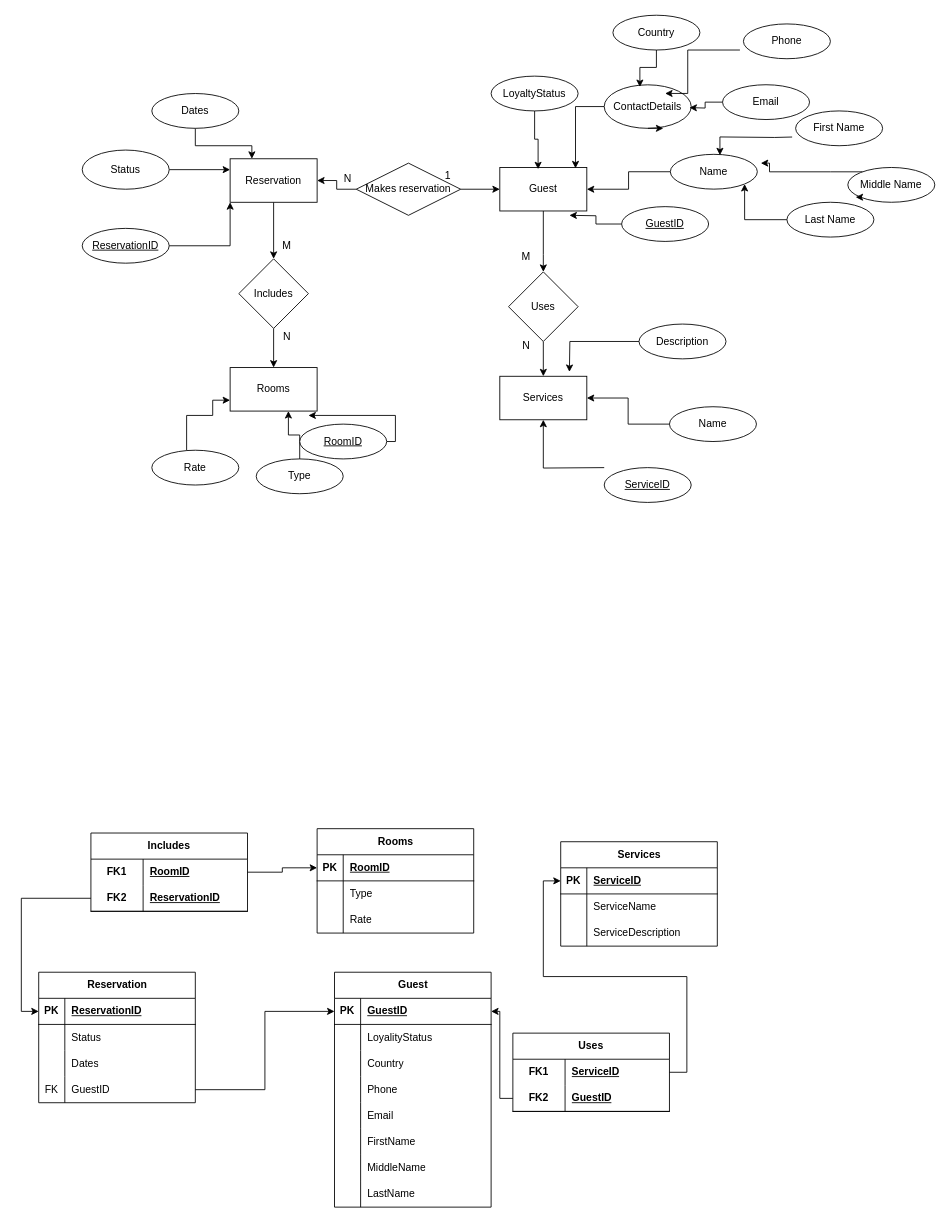
Earlier version of the draw.io diagram dbProject.drawio (Ermiopia2034/MicroLink). Source tidied: cells renumbered, new cells numbered last; positions are measured from the earlier drawing's top-left corner, leaving out a move shared by most shapes. Both pictures are drawn from the tidied source at 87%, with x=0, y=0 at pixel (38, 15).
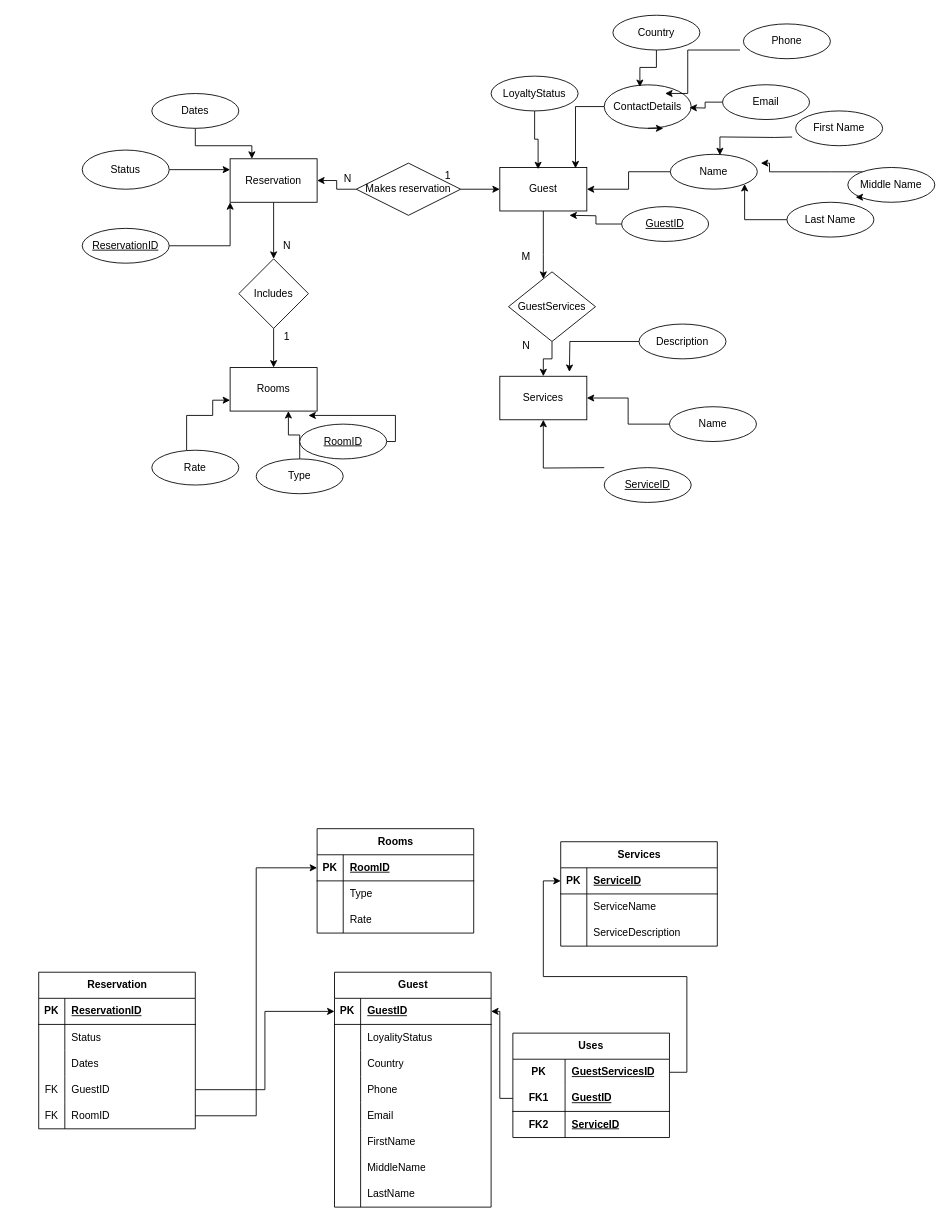
After the change.

The change refers to these unchanged cells:
```xml
<mxCell id="62" style="shape=tableRow;horizontal=0;startSize=0;swimlaneHead=0;swimlaneBody=0;fillColor=none;points=[[0,0.5],[1,0.5]];portConstraint=eastwest;top=0;left=0;right=0;bottom=1;" parent="61" vertex="1">
  <mxGeometry y="30" width="180" height="30" as="geometry" />
</mxCell>
<mxCell id="75" style="shape=tableRow;horizontal=0;startSize=0;swimlaneHead=0;swimlaneBody=0;fillColor=none;points=[[0,0.5],[1,0.5]];portConstraint=eastwest;top=0;left=0;right=0;bottom=1;" parent="74" vertex="1">
  <mxGeometry y="30" width="180" height="30" as="geometry" />
</mxCell>
<mxCell id="127" style="shape=tableRow;horizontal=0;startSize=0;swimlaneHead=0;swimlaneBody=0;fillColor=none;points=[[0,0.5],[1,0.5]];portConstraint=eastwest;top=0;left=0;right=0;bottom=0;html=1;" parent="126" vertex="1">
  <mxGeometry y="30" width="180" height="30" as="geometry" />
</mxCell>
<mxCell id="130" style="shape=tableRow;horizontal=0;startSize=0;swimlaneHead=0;swimlaneBody=0;fillColor=none;points=[[0,0.5],[1,0.5]];portConstraint=eastwest;top=0;left=0;right=0;bottom=1;html=1;" parent="126" vertex="1">
  <mxGeometry y="60" width="180" height="30" as="geometry" />
</mxCell>
```

The edit, as a diff of the source:
```diff
@@
-    <mxCell id="14" value="Uses" style="rhombus;whiteSpace=wrap;html=1;" parent="1" vertex="1">
-      <mxGeometry x="540" y="295" width="80" height="80" as="geometry" />
+    <mxCell id="14" value="GuestServices" style="rhombus;whiteSpace=wrap;html=1;" parent="1" vertex="1">
+      <mxGeometry x="540" y="295" width="100" height="80" as="geometry" />
     </mxCell>
@@
-    <mxCell id="19" value="M" style="text;html=1;align=center;verticalAlign=middle;strokeColor=none;fillColor=none;" parent="1" vertex="1">
+    <mxCell id="19" value="N" style="text;html=1;align=center;verticalAlign=middle;strokeColor=none;fillColor=none;" parent="1" vertex="1">
       <mxGeometry x="270" y="250" width="30" height="30" as="geometry" />
     </mxCell>
-    <mxCell id="20" value="N" style="text;html=1;align=center;verticalAlign=middle;strokeColor=none;fillColor=none;" parent="1" vertex="1">
+    <mxCell id="20" value="1" style="text;html=1;align=center;verticalAlign=middle;strokeColor=none;fillColor=none;" parent="1" vertex="1">
       <mxGeometry x="270" y="355" width="30" height="30" as="geometry" />
     </mxCell>
@@
     <mxCell id="61" value="Reservation" style="shape=table;startSize=30;childLayout=tableLayout;rowLines=0;fontStyle=1;align=center;html=1;" parent="1" vertex="1">
-      <mxGeometry y="1100" width="180" height="150" as="geometry" />
+      <mxGeometry y="1100" width="180" height="180" as="geometry" />
     </mxCell>
@@
+    <mxCell id="138" style="shape=tableRow;horizontal=0;startSize=0;swimlaneHead=0;swimlaneBody=0;fillColor=none;points=[[0,0.5],[1,0.5]];portConstraint=eastwest;top=0;left=0;right=0;bottom=0;" parent="61" vertex="1">
+      <mxGeometry y="150" width="180" height="30" as="geometry" />
+    </mxCell>
+    <mxCell id="139" value="FK" style="shape=partialRectangle;fillColor=none;top=0;left=0;bottom=0;right=0;overflow=hidden;whiteSpace=wrap;html=1;" parent="138" vertex="1">
+      <mxGeometry width="30" height="30" as="geometry" />
+    </mxCell>
+    <mxCell id="122" value="RoomID" style="shape=partialRectangle;fillColor=none;top=0;left=0;bottom=0;right=0;align=left;spacingLeft=6;overflow=hidden;whiteSpace=wrap;html=1;" parent="138" vertex="1">
+      <mxGeometry x="30" width="150" height="30" as="geometry" />
+    </mxCell>
@@
-    <mxCell id="119" value="Includes" style="shape=table;startSize=30;childLayout=tableLayout;rowLines=0;fontStyle=1;align=center;html=1;whiteSpace=wrap;" parent="1" vertex="1">
-      <mxGeometry x="60" y="940" width="180" height="90" as="geometry" />
-    </mxCell>
-    <mxCell id="120" style="shape=tableRow;horizontal=0;startSize=0;swimlaneHead=0;swimlaneBody=0;fillColor=none;points=[[0,0.5],[1,0.5]];portConstraint=eastwest;top=0;left=0;right=0;bottom=0;html=1;" parent="119" vertex="1">
-      <mxGeometry y="30" width="180" height="30" as="geometry" />
-    </mxCell>
-    <mxCell id="121" value="FK1" style="shape=partialRectangle;fillColor=none;top=0;left=0;bottom=0;right=0;fontStyle=1;overflow=hidden;html=1;whiteSpace=wrap;" parent="120" vertex="1">
-      <mxGeometry width="60" height="30" as="geometry" />
-    </mxCell>
-    <mxCell id="122" value="RoomID" style="shape=partialRectangle;fillColor=none;top=0;left=0;bottom=0;right=0;align=left;spacingLeft=6;fontStyle=5;overflow=hidden;html=1;whiteSpace=wrap;" parent="120" vertex="1">
-      <mxGeometry x="60" width="120" height="30" as="geometry" />
-    </mxCell>
-    <mxCell id="123" style="shape=tableRow;horizontal=0;startSize=0;swimlaneHead=0;swimlaneBody=0;fillColor=none;points=[[0,0.5],[1,0.5]];portConstraint=eastwest;top=0;left=0;right=0;bottom=1;html=1;" parent="119" vertex="1">
-      <mxGeometry y="60" width="180" height="30" as="geometry" />
-    </mxCell>
-    <mxCell id="124" value="FK2" style="shape=partialRectangle;fillColor=none;top=0;left=0;bottom=0;right=0;fontStyle=1;overflow=hidden;html=1;whiteSpace=wrap;" parent="123" vertex="1">
-      <mxGeometry width="60" height="30" as="geometry" />
-    </mxCell>
-    <mxCell id="125" value="ReservationID" style="shape=partialRectangle;fillColor=none;top=0;left=0;bottom=0;right=0;align=left;spacingLeft=6;fontStyle=5;overflow=hidden;html=1;whiteSpace=wrap;" parent="123" vertex="1">
-      <mxGeometry x="60" width="120" height="30" as="geometry" />
-    </mxCell>
     <mxCell id="126" value="Uses" style="shape=table;startSize=30;childLayout=tableLayout;rowLines=0;fontStyle=1;align=center;html=1;whiteSpace=wrap;" parent="1" vertex="1">
-      <mxGeometry x="545" y="1170" width="180" height="90" as="geometry" />
+      <mxGeometry x="545" y="1170" width="180" height="120" as="geometry" />
     </mxCell>
@@
-    <mxCell id="128" value="FK1" style="shape=partialRectangle;fillColor=none;top=0;left=0;bottom=0;right=0;fontStyle=1;overflow=hidden;html=1;whiteSpace=wrap;" parent="127" vertex="1">
+    <mxCell id="128" value="PK" style="shape=partialRectangle;fillColor=none;top=0;left=0;bottom=0;right=0;fontStyle=1;overflow=hidden;html=1;whiteSpace=wrap;" parent="127" vertex="1">
       <mxGeometry width="60" height="30" as="geometry" />
     </mxCell>
-    <mxCell id="129" value="ServiceID" style="shape=partialRectangle;fillColor=none;top=0;left=0;bottom=0;right=0;align=left;spacingLeft=6;fontStyle=5;overflow=hidden;html=1;whiteSpace=wrap;" parent="127" vertex="1">
+    <mxCell id="129" value="GuestServicesID" style="shape=partialRectangle;fillColor=none;top=0;left=0;bottom=0;right=0;align=left;spacingLeft=6;fontStyle=5;overflow=hidden;html=1;whiteSpace=wrap;" parent="127" vertex="1">
       <mxGeometry x="60" width="120" height="30" as="geometry" />
     </mxCell>
@@
-    <mxCell id="131" value="FK2" style="shape=partialRectangle;fillColor=none;top=0;left=0;bottom=0;right=0;fontStyle=1;overflow=hidden;html=1;whiteSpace=wrap;" parent="130" vertex="1">
+    <mxCell id="131" value="FK1" style="shape=partialRectangle;fillColor=none;top=0;left=0;bottom=0;right=0;fontStyle=1;overflow=hidden;html=1;whiteSpace=wrap;" parent="130" vertex="1">
       <mxGeometry width="60" height="30" as="geometry" />
     </mxCell>
@@
+    <mxCell id="140" style="shape=tableRow;horizontal=0;startSize=0;swimlaneHead=0;swimlaneBody=0;fillColor=none;top=0;left=0;right=0;bottom=0;html=1;" parent="126" vertex="1">
+      <mxGeometry y="90" width="180" height="30" as="geometry" />
+    </mxCell>
+    <mxCell id="124" value="FK2" style="shape=partialRectangle;fillColor=none;top=0;left=0;bottom=0;right=0;fontStyle=1;overflow=hidden;html=1;whiteSpace=wrap;" parent="140" vertex="1">
+      <mxGeometry width="60" height="30" as="geometry" />
+    </mxCell>
+    <mxCell id="141" value="ServiceID" style="shape=partialRectangle;fillColor=none;top=0;left=0;bottom=0;right=0;align=left;spacingLeft=6;fontStyle=5;overflow=hidden;html=1;whiteSpace=wrap;" parent="140" vertex="1">
+      <mxGeometry x="60" width="120" height="30" as="geometry" />
+    </mxCell>
@@
-    <mxCell id="134" style="edgeStyle=orthogonalEdgeStyle;rounded=0;jettySize=auto;html=1;" parent="1" edge="1" source="120" target="75">
-      <mxGeometry relative="1" as="geometry" />
-    </mxCell>
-    <mxCell id="135" style="edgeStyle=orthogonalEdgeStyle;rounded=0;jettySize=auto;html=1;entryX=0;entryY=0.5;entryDx=0;entryDy=0;" parent="1" edge="1" source="123" target="62">
-      <mxGeometry relative="1" as="geometry" />
-    </mxCell>
@@
+    <mxCell id="142" style="edgeStyle=orthogonalEdgeStyle;rounded=0;jettySize=auto;html=1;" parent="1" edge="1" source="138" target="75">
+      <mxGeometry relative="1" as="geometry" />
+    </mxCell>
```
